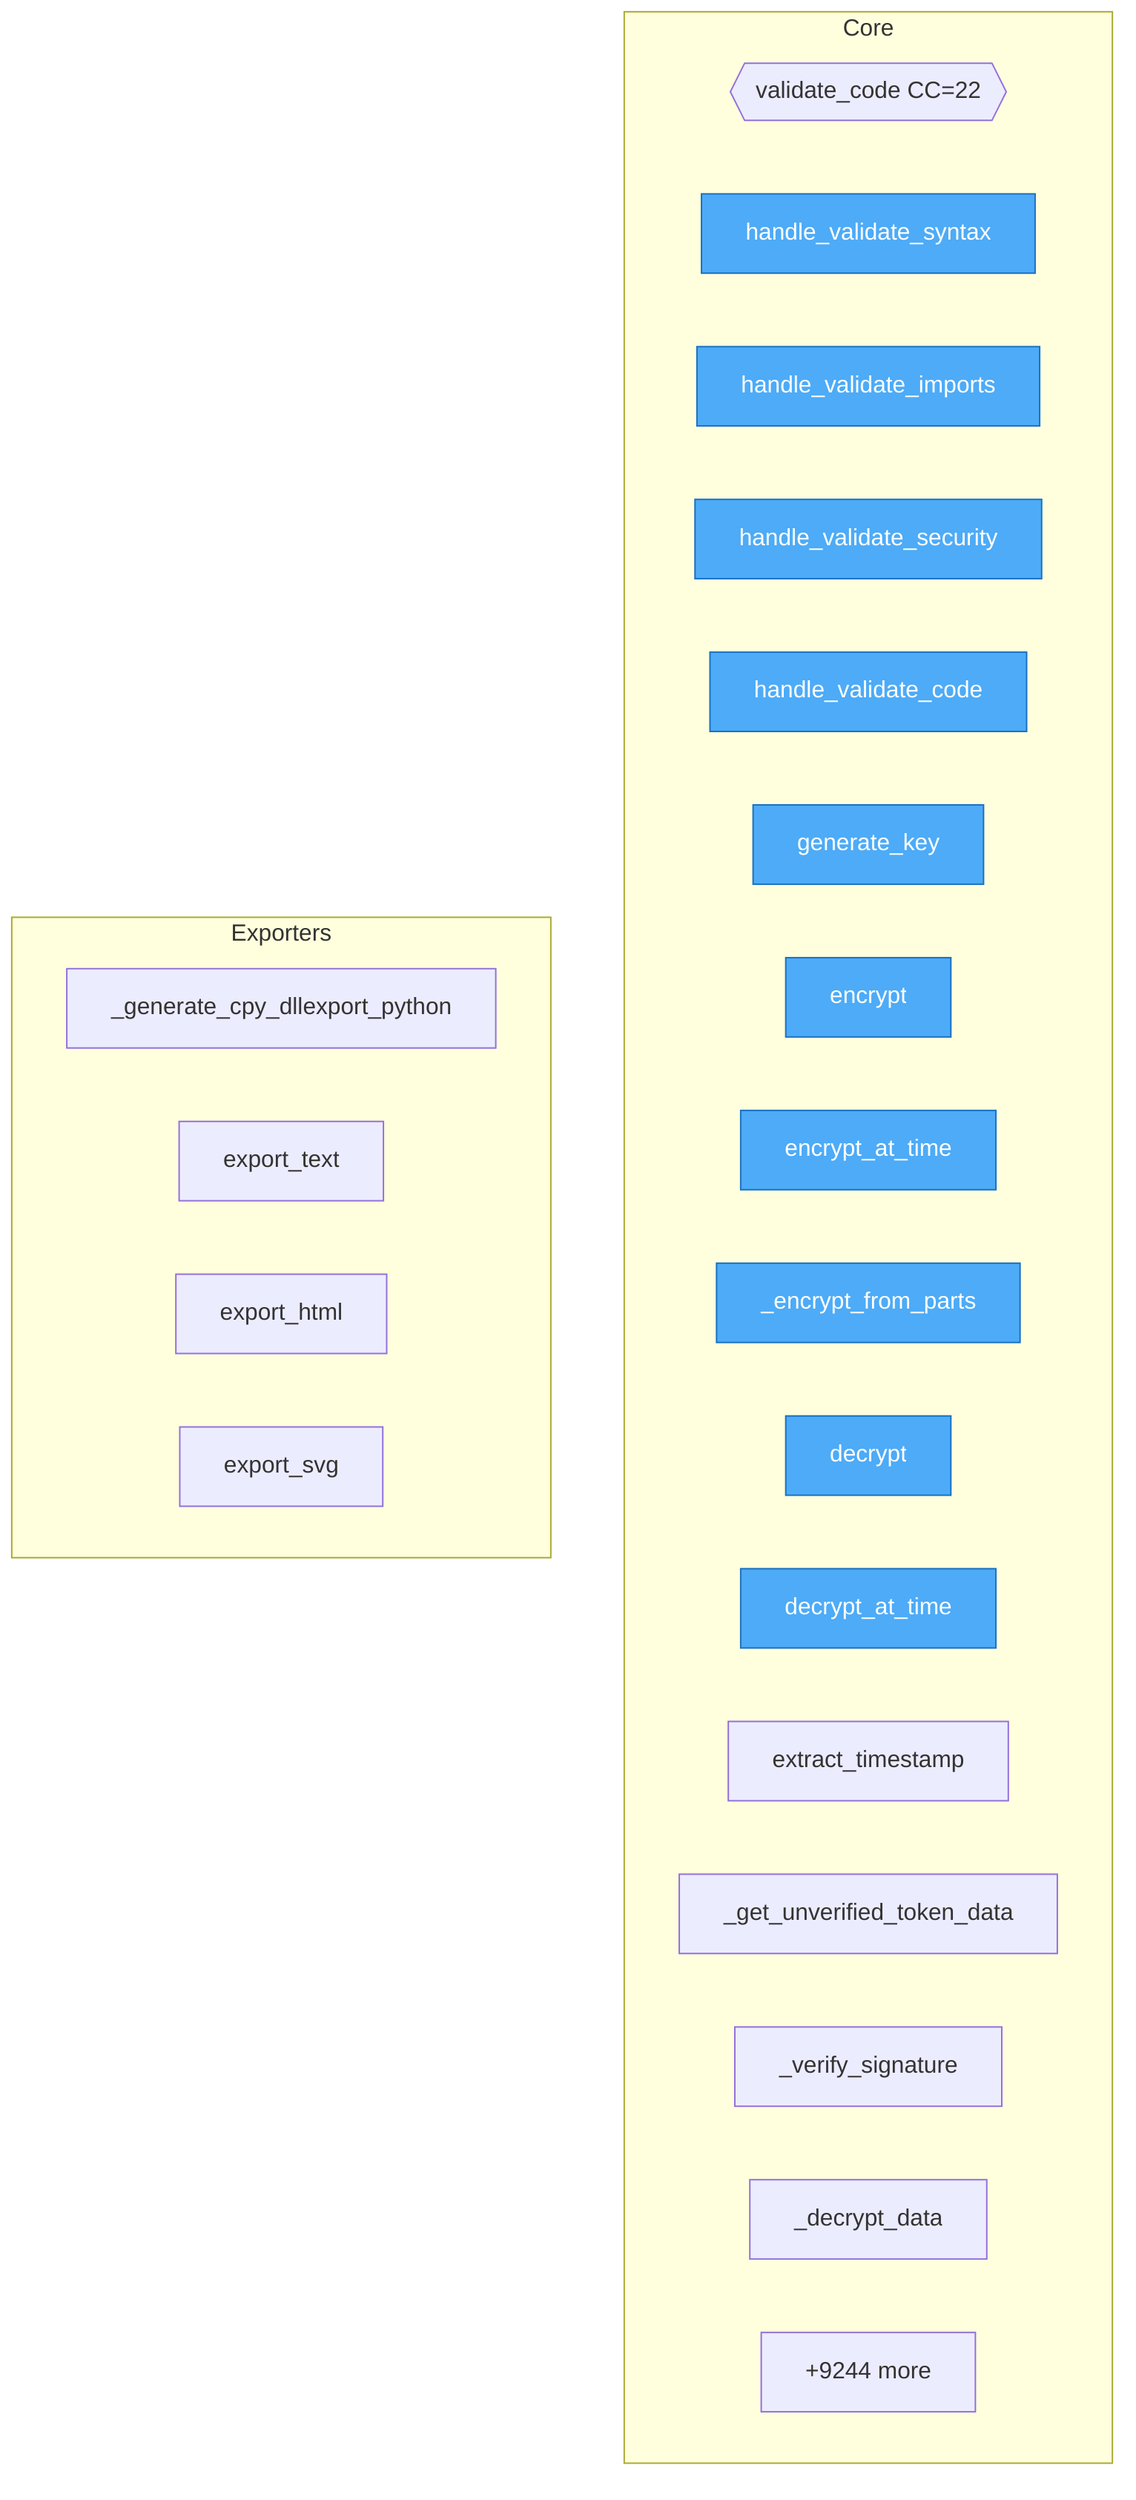
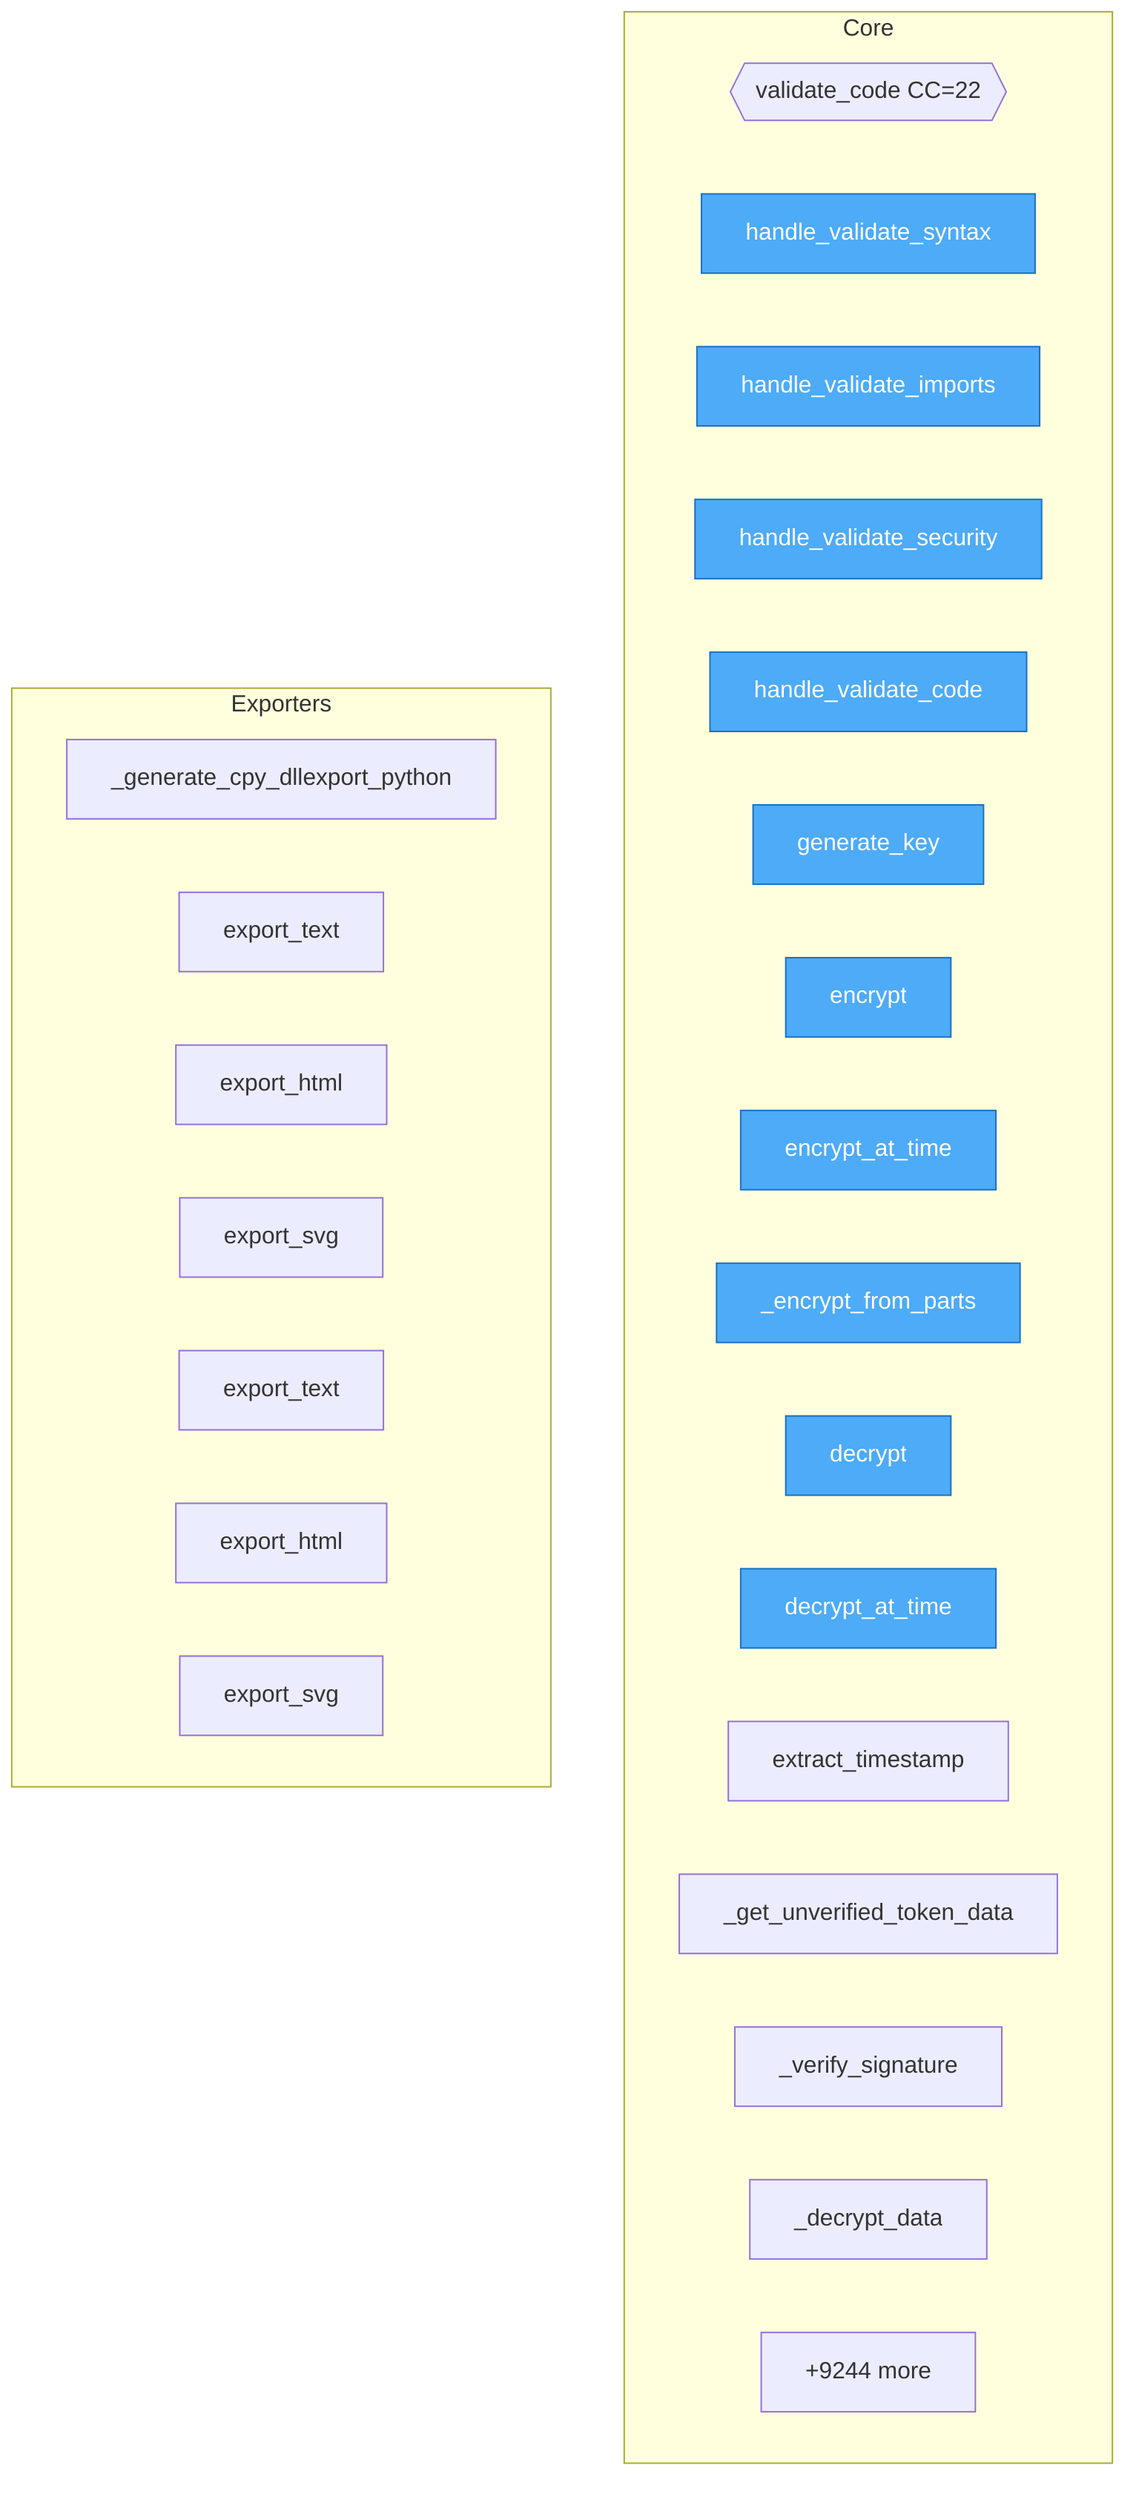
flowchart TD

    %% Entry points (blue)
    classDef entry fill:#4dabf7,stroke:#1971c2,color:#fff

    subgraph Core
        mcp__server___tools_vallm__validate_code{{validate_code CC=22}}
        mcp__server___tools_vallm__handle_validate_syntax["handle_validate_syntax"]
        mcp__server___tools_vallm__handle_validate_imports["handle_validate_imports"]
        mcp__server___tools_vallm__handle_validate_security["handle_validate_security"]
        mcp__server___tools_vallm__handle_validate_code["handle_validate_code"]
-         publish-env__Fernet__generate_key["generate_key"]
-         publish-env__Fernet__encrypt["encrypt"]
-         publish-env__Fernet__encrypt_at_time["encrypt_at_time"]
-         publish-env__Fernet___encrypt_from_parts["_encrypt_from_parts"]
-         publish-env__Fernet__decrypt["decrypt"]
-         publish-env__Fernet__decrypt_at_time["decrypt_at_time"]
-         publish-env__Fernet__extract_timestamp["extract_timestamp"]
-         publish-env__Fernet___get_unverified_token_data["_get_unverified_token_data"]
-         publish-env__Fernet___verify_signature["_verify_signature"]
-         publish-env__Fernet___decrypt_data["_decrypt_data"]
+         publish_env__lib__python3__13__site_packages__cryptography__fernet__Fernet__generate_key["generate_key"]
+         publish_env__lib__python3__13__site_packages__cryptography__fernet__Fernet__encrypt["encrypt"]
+         publish_env__lib__python3__13__site_packages__cryptography__fernet__Fernet__encrypt_at_time["encrypt_at_time"]
+         publish_env__lib__python3__13__site_packages__cryptography__fernet__Fernet___encrypt_from_parts["_encrypt_from_parts"]
+         publish_env__lib__python3__13__site_packages__cryptography__fernet__Fernet__decrypt["decrypt"]
+         publish_env__lib__python3__13__site_packages__cryptography__fernet__Fernet__decrypt_at_time["decrypt_at_time"]
+         publish_env__lib__python3__13__site_packages__cryptography__fernet__Fernet__extract_timestamp["extract_timestamp"]
+         publish_env__lib__python3__13__site_packages__cryptography__fernet__Fernet___get_unverified_token_data["_get_unverified_token_data"]
+         publish_env__lib__python3__13__site_packages__cryptography__fernet__Fernet___verify_signature["_verify_signature"]
+         publish_env__lib__python3__13__site_packages__cryptography__fernet__Fernet___decrypt_data["_decrypt_data"]
        ...["+9244 more"]
    end

    subgraph Exporters
-         publish-env__Recompiler___generate_cpy_dllexport_python_decl["_generate_cpy_dllexport_python"]
-         publish-env__Console__export_text["export_text"]
-         publish-env__Console__export_html["export_html"]
-         publish-env__Console__export_svg["export_svg"]
-         publish-env__Console__export_text["export_text"]
-         publish-env__Console__export_html["export_html"]
-         publish-env__Console__export_svg["export_svg"]
+         publish_env__lib__python3__13__site_packages__cffi__recompiler__Recompiler___generate_cpy_dllexport_python_decl["_generate_cpy_dllexport_python"]
+         publish_env__lib__python3__13__site_packages__rich__console__Console__export_text["export_text"]
+         publish_env__lib__python3__13__site_packages__rich__console__Console__export_html["export_html"]
+         publish_env__lib__python3__13__site_packages__rich__console__Console__export_svg["export_svg"]
+         publish_env__lib__python3__13__site_packages__pip___vendor__rich__console__Console__export_text["export_text"]
+         publish_env__lib__python3__13__site_packages__pip___vendor__rich__console__Console__export_html["export_html"]
+         publish_env__lib__python3__13__site_packages__pip___vendor__rich__console__Console__export_svg["export_svg"]
    end

-     class mcp__server___tools_vallm__handle_validate_syntax,mcp__server___tools_vallm__handle_validate_imports,mcp__server___tools_vallm__handle_validate_security,mcp__server___tools_vallm__handle_validate_code,publish-env__Fernet__generate_key,publish-env__Fernet__encrypt,publish-env__Fernet__encrypt_at_time,publish-env__Fernet___encrypt_from_parts,publish-env__Fernet__decrypt,publish-env__Fernet__decrypt_at_time entry
+     class mcp__server___tools_vallm__handle_validate_syntax,mcp__server___tools_vallm__handle_validate_imports,mcp__server___tools_vallm__handle_validate_security,mcp__server___tools_vallm__handle_validate_code,publish_env__lib__python3__13__site_packages__cryptography__fernet__Fernet__generate_key,publish_env__lib__python3__13__site_packages__cryptography__fernet__Fernet__encrypt,publish_env__lib__python3__13__site_packages__cryptography__fernet__Fernet__encrypt_at_time,publish_env__lib__python3__13__site_packages__cryptography__fernet__Fernet___encrypt_from_parts,publish_env__lib__python3__13__site_packages__cryptography__fernet__Fernet__decrypt,publish_env__lib__python3__13__site_packages__cryptography__fernet__Fernet__decrypt_at_time entry
